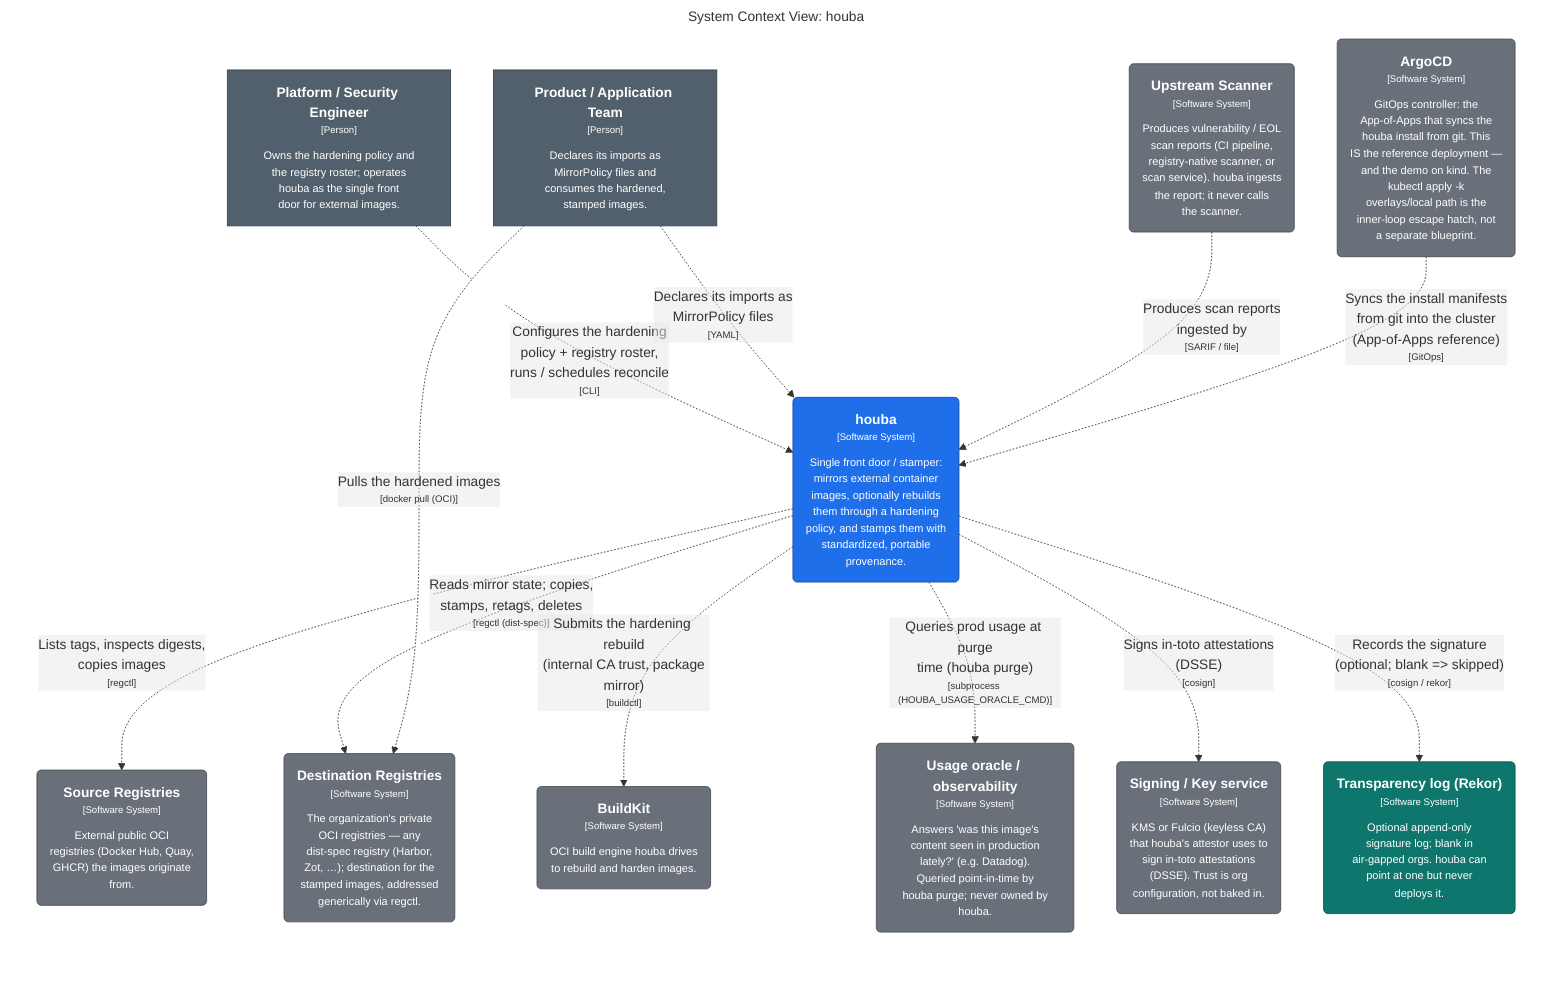
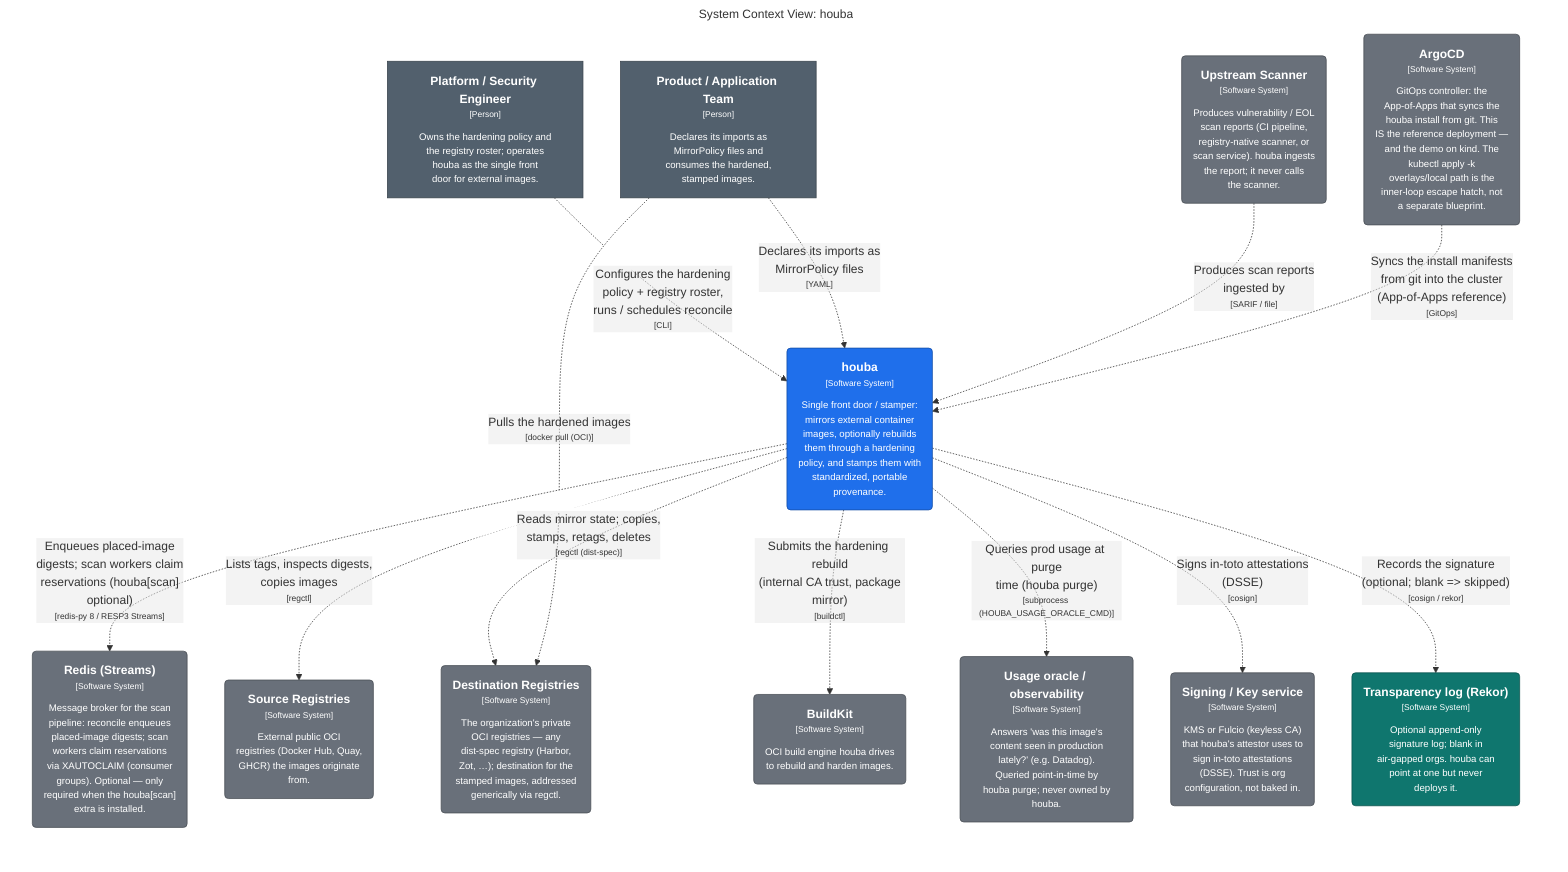
graph LR
  linkStyle default fill:#ffffff

  subgraph diagram ["System Context View: houba"]
    style diagram fill:#ffffff,stroke:#ffffff

    1["<div style='font-weight: bold'>Platform / Security Engineer</div><div style='font-size: 70%; margin-top: 0px'>[Person]</div><div style='font-size: 80%; margin-top:10px'>Owns the hardening policy and<br />the registry roster; operates<br />houba as the single front<br />door for external images.</div>"]
    style 1 fill:#52606d,stroke:#39434c,color:#ffffff
    2["<div style='font-weight: bold'>Product / Application Team</div><div style='font-size: 70%; margin-top: 0px'>[Person]</div><div style='font-size: 80%; margin-top:10px'>Declares its imports as<br />MirrorPolicy files and<br />consumes the hardened,<br />stamped images.</div>"]
    style 2 fill:#52606d,stroke:#39434c,color:#ffffff
    4("<div style='font-weight: bold'>houba</div><div style='font-size: 70%; margin-top: 0px'>[Software System]</div><div style='font-size: 80%; margin-top:10px'>Single front door / stamper:<br />mirrors external container<br />images, optionally rebuilds<br />them through a hardening<br />policy, and stamps them with<br />standardized, portable<br />provenance.</div>")
    style 4 fill:#1f6feb,stroke:#154da4,color:#ffffff
-     53("<div style='font-weight: bold'>Source Registries</div><div style='font-size: 70%; margin-top: 0px'>[Software System]</div><div style='font-size: 80%; margin-top:10px'>External public OCI<br />registries (Docker Hub, Quay,<br />GHCR) the images originate<br />from.</div>")
-     style 53 fill:#69707a,stroke:#494e55,color:#ffffff
-     54("<div style='font-weight: bold'>Destination Registries</div><div style='font-size: 70%; margin-top: 0px'>[Software System]</div><div style='font-size: 80%; margin-top:10px'>The organization's private<br />OCI registries — any<br />dist-spec registry (Harbor,<br />Zot, …); destination for the<br />stamped images, addressed<br />generically via regctl.</div>")
-     style 54 fill:#69707a,stroke:#494e55,color:#ffffff
-     55("<div style='font-weight: bold'>BuildKit</div><div style='font-size: 70%; margin-top: 0px'>[Software System]</div><div style='font-size: 80%; margin-top:10px'>OCI build engine houba drives<br />to rebuild and harden images.</div>")
-     style 55 fill:#69707a,stroke:#494e55,color:#ffffff
-     59("<div style='font-weight: bold'>Usage oracle / observability</div><div style='font-size: 70%; margin-top: 0px'>[Software System]</div><div style='font-size: 80%; margin-top:10px'>Answers 'was this image's<br />content seen in production<br />lately?' (e.g. Datadog).<br />Queried point-in-time by<br />houba purge; never owned by<br />houba.</div>")
+     58("<div style='font-weight: bold'>Redis (Streams)</div><div style='font-size: 70%; margin-top: 0px'>[Software System]</div><div style='font-size: 80%; margin-top:10px'>Message broker for the scan<br />pipeline: reconcile enqueues<br />placed-image digests; scan<br />workers claim reservations<br />via XAUTOCLAIM (consumer<br />groups). Optional — only<br />required when the houba[scan]<br />extra is installed.</div>")
+     style 58 fill:#69707a,stroke:#494e55,color:#ffffff
+     59("<div style='font-weight: bold'>Source Registries</div><div style='font-size: 70%; margin-top: 0px'>[Software System]</div><div style='font-size: 80%; margin-top:10px'>External public OCI<br />registries (Docker Hub, Quay,<br />GHCR) the images originate<br />from.</div>")
    style 59 fill:#69707a,stroke:#494e55,color:#ffffff
-     60("<div style='font-weight: bold'>Signing / Key service</div><div style='font-size: 70%; margin-top: 0px'>[Software System]</div><div style='font-size: 80%; margin-top:10px'>KMS or Fulcio (keyless CA)<br />that houba's attestor uses to<br />sign in-toto attestations<br />(DSSE). Trust is org<br />configuration, not baked in.</div>")
+     60("<div style='font-weight: bold'>Destination Registries</div><div style='font-size: 70%; margin-top: 0px'>[Software System]</div><div style='font-size: 80%; margin-top:10px'>The organization's private<br />OCI registries — any<br />dist-spec registry (Harbor,<br />Zot, …); destination for the<br />stamped images, addressed<br />generically via regctl.</div>")
    style 60 fill:#69707a,stroke:#494e55,color:#ffffff
-     61("<div style='font-weight: bold'>Transparency log (Rekor)</div><div style='font-size: 70%; margin-top: 0px'>[Software System]</div><div style='font-size: 80%; margin-top:10px'>Optional append-only<br />signature log; blank in<br />air-gapped orgs. houba can<br />point at one but never<br />deploys it.</div>")
-     style 61 fill:#0f766e,stroke:#0a524d,color:#ffffff
-     62("<div style='font-weight: bold'>Upstream Scanner</div><div style='font-size: 70%; margin-top: 0px'>[Software System]</div><div style='font-size: 80%; margin-top:10px'>Produces vulnerability / EOL<br />scan reports (CI pipeline,<br />registry-native scanner, or<br />scan service). houba ingests<br />the report; it never calls<br />the scanner.</div>")
-     style 62 fill:#69707a,stroke:#494e55,color:#ffffff
-     63("<div style='font-weight: bold'>ArgoCD</div><div style='font-size: 70%; margin-top: 0px'>[Software System]</div><div style='font-size: 80%; margin-top:10px'>GitOps controller: the<br />App-of-Apps that syncs the<br />houba install from git. This<br />IS the reference deployment —<br />and the demo on kind. The<br />kubectl apply -k<br />overlays/local path is the<br />inner-loop escape hatch, not<br />a separate blueprint.</div>")
-     style 63 fill:#69707a,stroke:#494e55,color:#ffffff
+     61("<div style='font-weight: bold'>BuildKit</div><div style='font-size: 70%; margin-top: 0px'>[Software System]</div><div style='font-size: 80%; margin-top:10px'>OCI build engine houba drives<br />to rebuild and harden images.</div>")
+     style 61 fill:#69707a,stroke:#494e55,color:#ffffff
+     65("<div style='font-weight: bold'>Usage oracle / observability</div><div style='font-size: 70%; margin-top: 0px'>[Software System]</div><div style='font-size: 80%; margin-top:10px'>Answers 'was this image's<br />content seen in production<br />lately?' (e.g. Datadog).<br />Queried point-in-time by<br />houba purge; never owned by<br />houba.</div>")
+     style 65 fill:#69707a,stroke:#494e55,color:#ffffff
+     66("<div style='font-weight: bold'>Signing / Key service</div><div style='font-size: 70%; margin-top: 0px'>[Software System]</div><div style='font-size: 80%; margin-top:10px'>KMS or Fulcio (keyless CA)<br />that houba's attestor uses to<br />sign in-toto attestations<br />(DSSE). Trust is org<br />configuration, not baked in.</div>")
+     style 66 fill:#69707a,stroke:#494e55,color:#ffffff
+     67("<div style='font-weight: bold'>Transparency log (Rekor)</div><div style='font-size: 70%; margin-top: 0px'>[Software System]</div><div style='font-size: 80%; margin-top:10px'>Optional append-only<br />signature log; blank in<br />air-gapped orgs. houba can<br />point at one but never<br />deploys it.</div>")
+     style 67 fill:#0f766e,stroke:#0a524d,color:#ffffff
+     68("<div style='font-weight: bold'>Upstream Scanner</div><div style='font-size: 70%; margin-top: 0px'>[Software System]</div><div style='font-size: 80%; margin-top:10px'>Produces vulnerability / EOL<br />scan reports (CI pipeline,<br />registry-native scanner, or<br />scan service). houba ingests<br />the report; it never calls<br />the scanner.</div>")
+     style 68 fill:#69707a,stroke:#494e55,color:#ffffff
+     69("<div style='font-weight: bold'>ArgoCD</div><div style='font-size: 70%; margin-top: 0px'>[Software System]</div><div style='font-size: 80%; margin-top:10px'>GitOps controller: the<br />App-of-Apps that syncs the<br />houba install from git. This<br />IS the reference deployment —<br />and the demo on kind. The<br />kubectl apply -k<br />overlays/local path is the<br />inner-loop escape hatch, not<br />a separate blueprint.</div>")
+     style 69 fill:#69707a,stroke:#494e55,color:#ffffff

    1-. "<div>Configures the hardening<br />policy + registry roster,<br />runs / schedules reconcile</div><div style='font-size: 70%'>[CLI]</div>" .->4
    2-. "<div>Declares its imports as<br />MirrorPolicy files</div><div style='font-size: 70%'>[YAML]</div>" .->4
-     4-. "<div>Lists tags, inspects digests,<br />copies images</div><div style='font-size: 70%'>[regctl]</div>" .->53
-     4-. "<div>Reads mirror state; copies,<br />stamps, retags, deletes</div><div style='font-size: 70%'>[regctl (dist-spec)]</div>" .->54
-     4-. "<div>Submits the hardening rebuild<br />(internal CA trust, package<br />mirror)</div><div style='font-size: 70%'>[buildctl]</div>" .->55
-     2-. "<div>Pulls the hardened images</div><div style='font-size: 70%'>[docker pull (OCI)]</div>" .->54
-     4-. "<div>Queries prod usage at purge<br />time (houba purge)</div><div style='font-size: 70%'>[subprocess (HOUBA_USAGE_ORACLE_CMD)]</div>" .->59
-     4-. "<div>Signs in-toto attestations<br />(DSSE)</div><div style='font-size: 70%'>[cosign]</div>" .->60
-     4-. "<div>Records the signature<br />(optional; blank => skipped)</div><div style='font-size: 70%'>[cosign / rekor]</div>" .->61
-     62-. "<div>Produces scan reports<br />ingested by</div><div style='font-size: 70%'>[SARIF / file]</div>" .->4
-     63-. "<div>Syncs the install manifests<br />from git into the cluster<br />(App-of-Apps reference)</div><div style='font-size: 70%'>[GitOps]</div>" .->4
+     4-. "<div>Lists tags, inspects digests,<br />copies images</div><div style='font-size: 70%'>[regctl]</div>" .->59
+     4-. "<div>Reads mirror state; copies,<br />stamps, retags, deletes</div><div style='font-size: 70%'>[regctl (dist-spec)]</div>" .->60
+     4-. "<div>Submits the hardening rebuild<br />(internal CA trust, package<br />mirror)</div><div style='font-size: 70%'>[buildctl]</div>" .->61
+     2-. "<div>Pulls the hardened images</div><div style='font-size: 70%'>[docker pull (OCI)]</div>" .->60
+     4-. "<div>Queries prod usage at purge<br />time (houba purge)</div><div style='font-size: 70%'>[subprocess (HOUBA_USAGE_ORACLE_CMD)]</div>" .->65
+     4-. "<div>Signs in-toto attestations<br />(DSSE)</div><div style='font-size: 70%'>[cosign]</div>" .->66
+     4-. "<div>Records the signature<br />(optional; blank => skipped)</div><div style='font-size: 70%'>[cosign / rekor]</div>" .->67
+     68-. "<div>Produces scan reports<br />ingested by</div><div style='font-size: 70%'>[SARIF / file]</div>" .->4
+     4-. "<div>Enqueues placed-image<br />digests; scan workers claim<br />reservations (houba[scan]<br />optional)</div><div style='font-size: 70%'>[redis-py 8 / RESP3 Streams]</div>" .->58
+     69-. "<div>Syncs the install manifests<br />from git into the cluster<br />(App-of-Apps reference)</div><div style='font-size: 70%'>[GitOps]</div>" .->4

  end